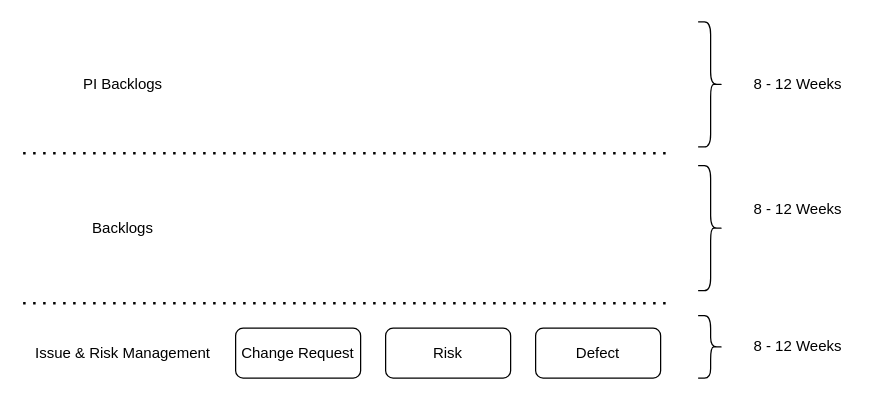
The draw.io diagram agileProcess.drawio in surajnaik90/Architectures-Designs, before the edit. Source tidied: cells renumbered, new cells numbered last; positions are measured from the earlier drawing's top-left corner, leaving out a move shared by most shapes. Both pictures are drawn from the tidied source at 125%, with x=0, y=0 at pixel (22, 21).
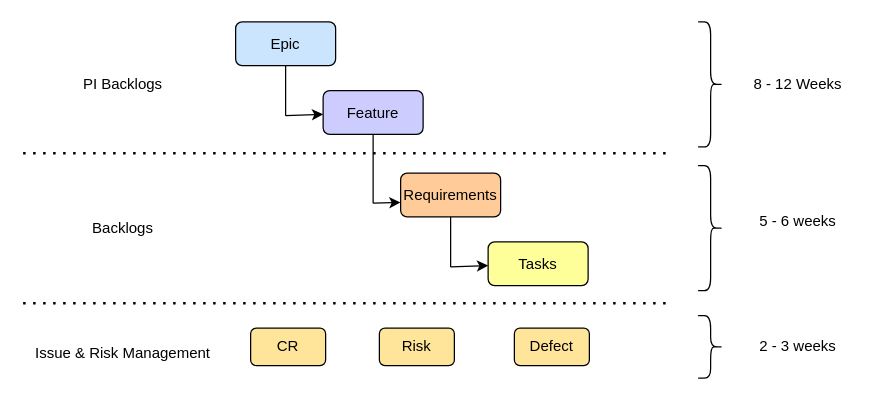
The same diagram, later.

Change to the diagram source:
```diff
@@
-    <mxCell id="5" value="Change Request" style="rounded=1;whiteSpace=wrap;html=1;" parent="1" vertex="1">
-      <mxGeometry x="170" y="245" width="100" height="40" as="geometry" />
-    </mxCell>
-    <mxCell id="6" value="Defect" style="rounded=1;whiteSpace=wrap;html=1;" parent="1" vertex="1">
-      <mxGeometry x="410" y="245" width="100" height="40" as="geometry" />
-    </mxCell>
-    <mxCell id="7" value="Risk" style="rounded=1;whiteSpace=wrap;html=1;" parent="1" vertex="1">
-      <mxGeometry x="290" y="245" width="100" height="40" as="geometry" />
-    </mxCell>
@@
-    <mxCell id="13" value="8 - 12 Weeks" style="text;html=1;strokeColor=none;fillColor=none;align=center;verticalAlign=middle;whiteSpace=wrap;rounded=0;" parent="1" vertex="1">
-      <mxGeometry x="580" y="135" width="80" height="30" as="geometry" />
+    <mxCell id="13" value="5 - 6 weeks" style="text;html=1;strokeColor=none;fillColor=none;align=center;verticalAlign=middle;whiteSpace=wrap;rounded=0;" parent="1" vertex="1">
+      <mxGeometry x="580" y="145" width="80" height="30" as="geometry" />
     </mxCell>
@@
-    <mxCell id="15" value="8 - 12 Weeks" style="text;html=1;strokeColor=none;fillColor=none;align=center;verticalAlign=middle;whiteSpace=wrap;rounded=0;" parent="1" vertex="1">
+    <mxCell id="15" value="2 - 3 weeks" style="text;html=1;strokeColor=none;fillColor=none;align=center;verticalAlign=middle;whiteSpace=wrap;rounded=0;" parent="1" vertex="1">
       <mxGeometry x="580" y="245" width="80" height="30" as="geometry" />
     </mxCell>
+    <mxCell id="16" value="Epic" style="rounded=1;whiteSpace=wrap;html=1;fillColor=#CCE5FF;" parent="1" vertex="1">
+      <mxGeometry x="170" width="80" height="35" as="geometry" />
+    </mxCell>
+    <mxCell id="17" value="Feature" style="rounded=1;whiteSpace=wrap;html=1;fillColor=#CCCCFF;" parent="1" vertex="1">
+      <mxGeometry x="240" y="55" width="80" height="35" as="geometry" />
+    </mxCell>
+    <mxCell id="18" style="endArrow=none;html=1;rounded=0;entryX=0.5;entryY=1;entryDx=0;entryDy=0;" parent="1" edge="1" target="16">
+      <mxGeometry relative="1" as="geometry">
+        <mxPoint x="210" y="75" as="sourcePoint" />
+      </mxGeometry>
+    </mxCell>
+    <mxCell id="19" style="endArrow=classic;html=1;rounded=0;" parent="1" edge="1" target="17">
+      <mxGeometry relative="1" as="geometry">
+        <mxPoint x="210" y="75" as="sourcePoint" />
+      </mxGeometry>
+    </mxCell>
+    <mxCell id="20" value="Requirements" style="rounded=1;whiteSpace=wrap;html=1;fillColor=#FFCC99;" parent="1" vertex="1">
+      <mxGeometry x="302" y="121" width="80" height="35" as="geometry" />
+    </mxCell>
+    <mxCell id="21" value="Tasks" style="rounded=1;whiteSpace=wrap;html=1;fillColor=#FFFF99;" parent="1" vertex="1">
+      <mxGeometry x="372" y="176" width="80" height="35" as="geometry" />
+    </mxCell>
+    <mxCell id="22" style="endArrow=none;html=1;rounded=0;entryX=0.5;entryY=1;entryDx=0;entryDy=0;" parent="1" edge="1" target="20">
+      <mxGeometry relative="1" as="geometry">
+        <mxPoint x="342" y="196" as="sourcePoint" />
+      </mxGeometry>
+    </mxCell>
+    <mxCell id="23" style="endArrow=classic;html=1;rounded=0;" parent="1" edge="1" target="21">
+      <mxGeometry relative="1" as="geometry">
+        <mxPoint x="342" y="196" as="sourcePoint" />
+      </mxGeometry>
+    </mxCell>
+    <mxCell id="24" value="&lt;span style=&quot;&quot;&gt;CR&lt;/span&gt;" style="rounded=1;whiteSpace=wrap;html=1;fillColor=#FFE599;" parent="1" vertex="1">
+      <mxGeometry x="182" y="245" width="60" height="30" as="geometry" />
+    </mxCell>
+    <mxCell id="7" value="Risk" style="rounded=1;whiteSpace=wrap;html=1;fillColor=#FFE599;" parent="1" vertex="1">
+      <mxGeometry x="285" y="245" width="60" height="30" as="geometry" />
+    </mxCell>
+    <mxCell id="6" value="Defect" style="rounded=1;whiteSpace=wrap;html=1;fillColor=#FFE599;" parent="1" vertex="1">
+      <mxGeometry x="393" y="245" width="60" height="30" as="geometry" />
+    </mxCell>
+    <mxCell id="25" style="endArrow=none;html=1;rounded=0;fontSize=12;entryX=0.5;entryY=1;entryDx=0;entryDy=0;" parent="1" edge="1" target="17">
+      <mxGeometry relative="1" as="geometry">
+        <mxPoint x="280" y="145" as="sourcePoint" />
+      </mxGeometry>
+    </mxCell>
+    <mxCell id="26" style="endArrow=classic;html=1;rounded=0;fontSize=12;entryX=-0.001;entryY=0.669;entryDx=0;entryDy=0;entryPerimeter=0;" parent="1" edge="1" target="20">
+      <mxGeometry relative="1" as="geometry">
+        <mxPoint x="280" y="145" as="sourcePoint" />
+      </mxGeometry>
+    </mxCell>
```
